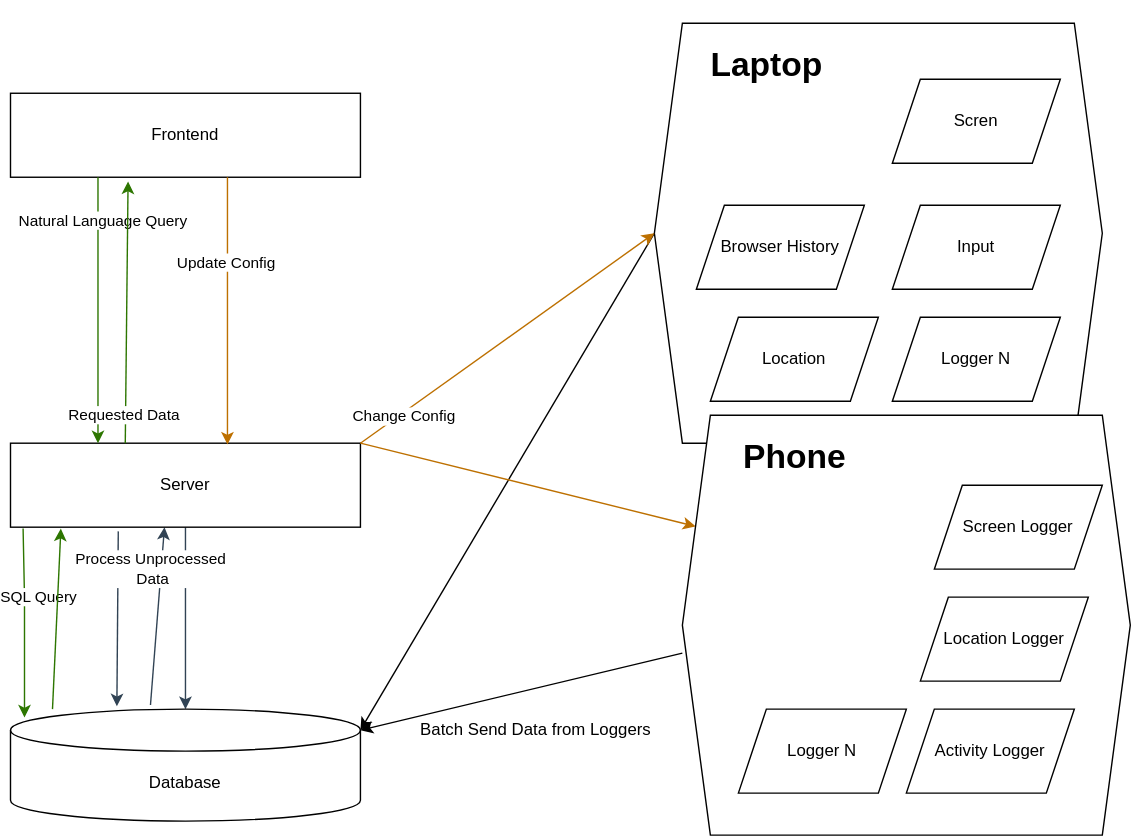
Earlier version of the draw.io export docs/Lifelog.drawio.svg (MattHandzel/lifelog). Source tidied: cells renumbered, new cells last; positions are measured from the earlier drawing's top-left corner, leaving out a move shared by most shapes.
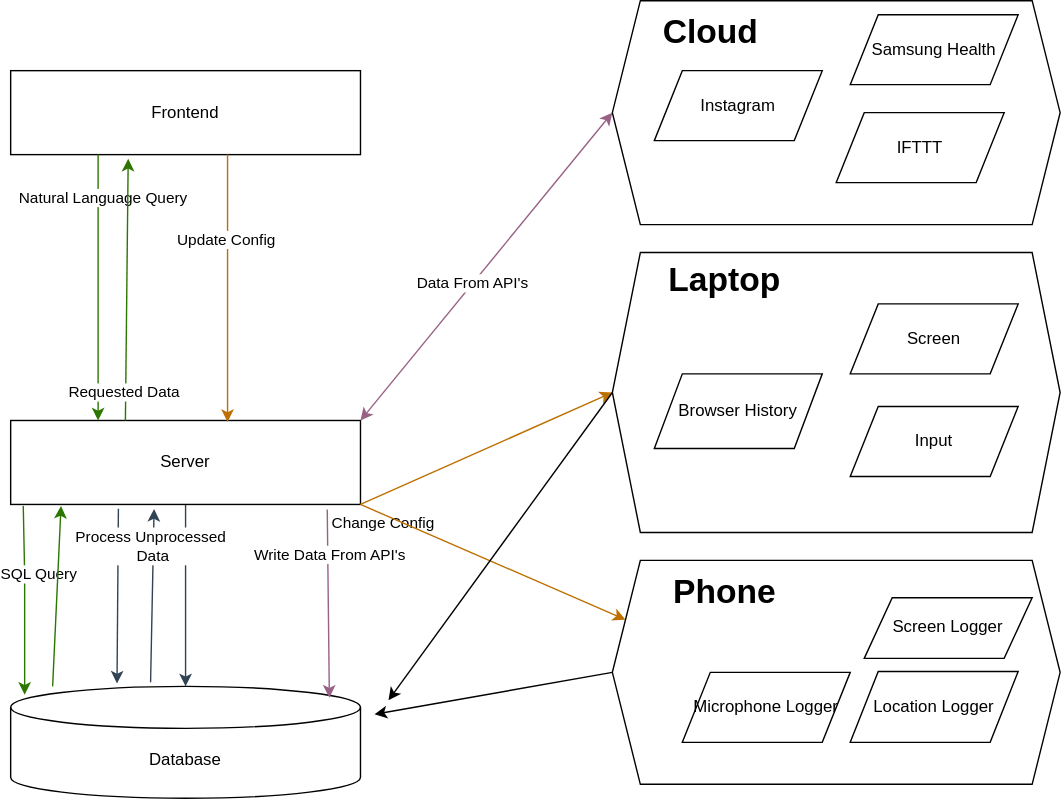
The same diagram one commit later.

What changed in the source:
```diff
@@ -5,48 +5,34 @@
     <mxCell id="2" style="endArrow=classic;html=1;rounded=0;entryX=0.5;entryY=0;entryDx=0;entryDy=0;entryPerimeter=0;exitX=0.5;exitY=1;exitDx=0;exitDy=0;fillColor=#647687;strokeColor=#314354;" parent="1" edge="1" source="15" target="9">
       <mxGeometry relative="1" as="geometry" />
     </mxCell>
-    <mxCell id="3" style="endArrow=classic;html=1;rounded=0;entryX=0.44;entryY=1;entryDx=0;entryDy=0;exitX=0.4;exitY=-0.037;exitDx=0;exitDy=0;exitPerimeter=0;fillColor=#647687;strokeColor=#314354;entryPerimeter=0;" parent="1" edge="1" source="9" target="15">
+    <mxCell id="3" style="endArrow=classic;html=1;rounded=0;entryX=0.41;entryY=1.053;entryDx=0;entryDy=0;exitX=0.4;exitY=-0.037;exitDx=0;exitDy=0;exitPerimeter=0;fillColor=#647687;strokeColor=#314354;entryPerimeter=0;" parent="1" edge="1" source="9" target="15">
       <mxGeometry relative="1" as="geometry" />
     </mxCell>
     <mxCell id="4" style="group;" parent="1" vertex="1">
-      <mxGeometry x="460" width="320" height="300" as="geometry" />
+      <mxGeometry x="430" y="180" width="320" height="200" as="geometry" />
     </mxCell>
     <mxCell id="5" style="shape=hexagon;perimeter=hexagonPerimeter2;whiteSpace=wrap;html=1;fixedSize=1;" parent="4" vertex="1">
-      <mxGeometry width="320" height="300" as="geometry" />
+      <mxGeometry width="320" height="200" as="geometry" />
     </mxCell>
     <mxCell id="6" value="&lt;h4&gt;Laptop&lt;br&gt;&lt;/h4&gt;" style="text;strokeColor=none;fillColor=none;html=1;fontSize=24;fontStyle=1;verticalAlign=middle;align=center;" parent="4" vertex="1">
-      <mxGeometry x="30" y="10" width="100" height="40" as="geometry" />
+      <mxGeometry x="30" y="6.7" width="100" height="26.7" as="geometry" />
     </mxCell>
-    <mxCell id="7" value="Browser History" style="shape=parallelogram;perimeter=parallelogramPerimeter;whiteSpace=wrap;html=1;fixedSize=1;" parent="4" vertex="1">
-      <mxGeometry x="30" y="130" width="120" height="60" as="geometry" />
+    <mxCell id="7" value="Browser History" style="shape=parallelogram;perimeter=parallelogramPerimeter;whiteSpace=wrap;html=1;fixedSize=1;strokeColor=light-dark(#000000,#66CC00);" parent="4" vertex="1">
+      <mxGeometry x="30" y="86.7" width="120" height="53.3" as="geometry" />
     </mxCell>
-    <mxCell id="8" value="Location" style="shape=parallelogram;perimeter=parallelogramPerimeter;whiteSpace=wrap;html=1;fixedSize=1;" parent="4" vertex="1">
-      <mxGeometry x="40" y="210" width="120" height="60" as="geometry" />
-    </mxCell>
+    <mxCell id="11" value="Input" style="shape=parallelogram;perimeter=parallelogramPerimeter;whiteSpace=wrap;html=1;fixedSize=1;strokeColor=light-dark(#000000,#66CC00);" parent="4" vertex="1">
+      <mxGeometry x="170" y="110" width="120" height="50" as="geometry" />
+    </mxCell>
+    <mxCell id="10" value="Screen" style="shape=parallelogram;perimeter=parallelogramPerimeter;whiteSpace=wrap;html=1;fixedSize=1;fillColor=none;strokeColor=light-dark(#000000,#66CC00);" parent="4" vertex="1">
+      <mxGeometry x="170" y="36.7" width="120" height="50" as="geometry" />
+    </mxCell>
     <mxCell id="9" value="Database" style="shape=cylinder3;whiteSpace=wrap;html=1;boundedLbl=1;backgroundOutline=1;size=15;" parent="1" vertex="1">
       <mxGeometry y="490" width="250" height="80" as="geometry" />
     </mxCell>
-    <mxCell id="10" value="Scren " style="shape=parallelogram;perimeter=parallelogramPerimeter;whiteSpace=wrap;html=1;fixedSize=1;" parent="1" vertex="1">
-      <mxGeometry x="630" y="40" width="120" height="60" as="geometry" />
-    </mxCell>
-    <mxCell id="11" value="Input" style="shape=parallelogram;perimeter=parallelogramPerimeter;whiteSpace=wrap;html=1;fixedSize=1;" parent="1" vertex="1">
-      <mxGeometry x="630" y="130" width="120" height="60" as="geometry" />
-    </mxCell>
-    <mxCell id="12" value="Logger N" style="shape=parallelogram;perimeter=parallelogramPerimeter;whiteSpace=wrap;html=1;fixedSize=1;" parent="1" vertex="1">
-      <mxGeometry x="630" y="210" width="120" height="60" as="geometry" />
-    </mxCell>
-    <mxCell id="13" style="endArrow=classic;html=1;rounded=0;entryX=1;entryY=0;entryDx=0;entryDy=15;entryPerimeter=0;" parent="1" edge="1" target="9">
-      <mxGeometry relative="1" as="geometry">
-        <mxPoint x="480" y="450" as="sourcePoint" />
-      </mxGeometry>
-    </mxCell>
-    <mxCell id="14" style="endArrow=classic;html=1;rounded=0;entryX=1;entryY=0;entryDx=0;entryDy=15;entryPerimeter=0;exitX=0;exitY=0.5;exitDx=0;exitDy=0;" parent="1" edge="1" source="5" target="9">
-      <mxGeometry relative="1" as="geometry" />
-    </mxCell>
     <mxCell id="15" value="Server" style="rounded=0;whiteSpace=wrap;html=1;" parent="1" vertex="1">
       <mxGeometry y="300" width="250" height="60" as="geometry" />
     </mxCell>
-    <mxCell id="16" style="endArrow=classic;html=1;rounded=0;entryX=0;entryY=0.5;entryDx=0;entryDy=0;exitX=1;exitY=0;exitDx=0;exitDy=0;fillColor=#f0a30a;strokeColor=#BD7000;" parent="1" edge="1" source="15" target="5">
+    <mxCell id="16" style="endArrow=classic;html=1;rounded=0;entryX=0;entryY=0.5;entryDx=0;entryDy=0;exitX=1;exitY=1;exitDx=0;exitDy=0;fillColor=#f0a30a;strokeColor=#BD7000;" parent="1" edge="1" source="15" target="5">
       <mxGeometry relative="1" as="geometry" />
     </mxCell>
     <mxCell id="17" value="Change Config" style="edgeLabel;html=1;align=center;verticalAlign=middle;" parent="16" vertex="1">
@@ -54,7 +40,7 @@
         <mxPoint x="-68" y="44" as="offset" />
       </mxGeometry>
     </mxCell>
-    <mxCell id="18" style="endArrow=classic;html=1;rounded=0;entryX=0;entryY=0.25;entryDx=0;entryDy=0;exitX=1;exitY=0;exitDx=0;exitDy=0;fillColor=#f0a30a;strokeColor=#BD7000;" parent="1" edge="1" source="15" target="30">
+    <mxCell id="18" style="endArrow=classic;html=1;rounded=0;entryX=0;entryY=0.25;entryDx=0;entryDy=0;exitX=1;exitY=1;exitDx=0;exitDy=0;fillColor=#f0a30a;strokeColor=#BD7000;" parent="1" edge="1" source="15" target="30">
       <mxGeometry relative="1" as="geometry" />
     </mxCell>
     <mxCell id="19" value="Frontend" style="rounded=0;whiteSpace=wrap;html=1;" parent="1" vertex="1">
@@ -97,32 +83,26 @@
         <mxPoint x="36" y="361" as="targetPoint" />
       </mxGeometry>
     </mxCell>
-    <mxCell id="27" value="Batch Send Data from Loggers" style="text;html=1;align=center;verticalAlign=middle;strokeColor=none;fillColor=none;" parent="1" vertex="1">
-      <mxGeometry x="280" y="490" width="190" height="30" as="geometry" />
-    </mxCell>
     <mxCell id="28" style="group;" parent="1" vertex="1">
-      <mxGeometry x="480" y="280" width="320" height="300" as="geometry" />
+      <mxGeometry x="430" y="400" width="320" height="160" as="geometry" />
     </mxCell>
     <mxCell id="29" style="group;" parent="28" vertex="1">
-      <mxGeometry width="320" height="300" as="geometry" />
+      <mxGeometry width="320" height="160" as="geometry" />
     </mxCell>
     <mxCell id="30" style="shape=hexagon;perimeter=hexagonPerimeter2;whiteSpace=wrap;html=1;fixedSize=1;" parent="29" vertex="1">
-      <mxGeometry width="320" height="300" as="geometry" />
+      <mxGeometry width="320" height="160" as="geometry" />
     </mxCell>
     <mxCell id="31" value="Phone" style="text;strokeColor=none;fillColor=none;html=1;fontSize=24;fontStyle=1;verticalAlign=middle;align=center;" parent="29" vertex="1">
-      <mxGeometry x="30" y="10" width="100" height="40" as="geometry" />
+      <mxGeometry x="30" y="5.3" width="100" height="34.7" as="geometry" />
     </mxCell>
-    <mxCell id="32" value="Location Logger" style="shape=parallelogram;perimeter=parallelogramPerimeter;whiteSpace=wrap;html=1;fixedSize=1;" parent="29" vertex="1">
-      <mxGeometry x="170" y="130" width="120" height="60" as="geometry" />
+    <mxCell id="32" value="Location Logger" style="shape=parallelogram;perimeter=parallelogramPerimeter;whiteSpace=wrap;html=1;fixedSize=1;strokeColor=light-dark(#000000,#66CC00);" parent="29" vertex="1">
+      <mxGeometry x="170" y="79.3" width="120" height="50.7" as="geometry" />
     </mxCell>
-    <mxCell id="33" value="Activity Logger" style="shape=parallelogram;perimeter=parallelogramPerimeter;whiteSpace=wrap;html=1;fixedSize=1;" parent="29" vertex="1">
-      <mxGeometry x="160" y="210" width="120" height="60" as="geometry" />
-    </mxCell>
-    <mxCell id="34" value="Logger N" style="shape=parallelogram;perimeter=parallelogramPerimeter;whiteSpace=wrap;html=1;fixedSize=1;" parent="29" vertex="1">
-      <mxGeometry x="40" y="210" width="120" height="60" as="geometry" />
-    </mxCell>
+    <mxCell id="40" value="Microphone Logger" style="shape=parallelogram;perimeter=parallelogramPerimeter;whiteSpace=wrap;html=1;fixedSize=1;strokeColor=light-dark(#000000,#66CC00);" parent="29" vertex="1">
+      <mxGeometry x="50" y="80" width="120" height="50" as="geometry" />
+    </mxCell>
-    <mxCell id="35" value="Screen Logger" style="shape=parallelogram;perimeter=parallelogramPerimeter;whiteSpace=wrap;html=1;fixedSize=1;" parent="28" vertex="1">
-      <mxGeometry x="180" y="50" width="120" height="60" as="geometry" />
+    <mxCell id="35" value="Screen Logger" style="shape=parallelogram;perimeter=parallelogramPerimeter;whiteSpace=wrap;html=1;fixedSize=1;strokeColor=light-dark(#000000,#FF0000);" parent="28" vertex="1">
+      <mxGeometry x="180" y="26.7" width="120" height="43.3" as="geometry" />
     </mxCell>
     <mxCell id="36" style="endArrow=classic;html=1;rounded=0;entryX=0.62;entryY=0.017;entryDx=0;entryDy=0;entryPerimeter=0;exitX=0.62;exitY=1;exitDx=0;exitDy=0;exitPerimeter=0;fillColor=#f0a30a;strokeColor=#BD7000;" parent="1" edge="1" source="19" target="15">
       <mxGeometry relative="1" as="geometry" />
@@ -140,5 +120,47 @@
         <mxPoint x="25" y="-4" as="offset" />
       </mxGeometry>
     </mxCell>
+    <mxCell id="41" style="endArrow=classic;html=1;rounded=0;exitX=0;exitY=0.5;exitDx=0;exitDy=0;" parent="1" edge="1" source="30">
+      <mxGeometry relative="1" as="geometry">
+        <mxPoint x="260" y="510" as="targetPoint" />
+      </mxGeometry>
+    </mxCell>
+    <mxCell id="42" style="endArrow=classic;html=1;rounded=0;exitX=0;exitY=0.5;exitDx=0;exitDy=0;" parent="1" edge="1" source="5">
+      <mxGeometry relative="1" as="geometry">
+        <mxPoint x="270" y="500" as="targetPoint" />
+      </mxGeometry>
+    </mxCell>
+    <mxCell id="43" style="endArrow=classic;startArrow=classic;html=1;rounded=0;entryX=0;entryY=0.5;entryDx=0;entryDy=0;fillColor=#e6d0de;strokeColor=#996185;gradientColor=#d5739d;" parent="1" edge="1" target="48">
+      <mxGeometry relative="1" as="geometry">
+        <mxPoint x="250" y="300" as="sourcePoint" />
+      </mxGeometry>
+    </mxCell>
+    <mxCell id="44" value="Data From API's" style="edgeLabel;html=1;align=center;verticalAlign=middle;" parent="43" vertex="1">
+      <mxGeometry x="-0.11" y="1" relative="1" as="geometry" />
+    </mxCell>
+    <mxCell id="45" style="endArrow=classic;html=1;rounded=0;exitX=0.905;exitY=1.06;exitDx=0;exitDy=0;exitPerimeter=0;entryX=0.911;entryY=0.101;entryDx=0;entryDy=0;entryPerimeter=0;fillColor=#e6d0de;strokeColor=#996185;gradientColor=#d5739d;" parent="1" edge="1" source="15" target="9">
+      <mxGeometry relative="1" as="geometry" />
+    </mxCell>
+    <mxCell id="46" value="&lt;div&gt;Write Data From API's&lt;/div&gt;" style="edgeLabel;html=1;align=center;verticalAlign=middle;" parent="45" vertex="1">
+      <mxGeometry x="-0.52" y="1" relative="1" as="geometry" />
+    </mxCell>
+    <mxCell id="47" style="group;" parent="1" vertex="1">
+      <mxGeometry x="430" width="320" height="160" as="geometry" />
+    </mxCell>
+    <mxCell id="48" style="shape=hexagon;perimeter=hexagonPerimeter2;whiteSpace=wrap;html=1;fixedSize=1;" parent="47" vertex="1">
+      <mxGeometry width="320" height="160" as="geometry" />
+    </mxCell>
+    <mxCell id="49" value="Cloud" style="text;strokeColor=none;fillColor=none;html=1;fontSize=24;fontStyle=1;verticalAlign=middle;align=center;" parent="47" vertex="1">
+      <mxGeometry x="20" y="10" width="100" height="26.7" as="geometry" />
+    </mxCell>
+    <mxCell id="50" value="Instagram" style="shape=parallelogram;perimeter=parallelogramPerimeter;whiteSpace=wrap;html=1;fixedSize=1;fillColor=none;strokeColor=light-dark(#000000,#66CC00);" parent="47" vertex="1">
+      <mxGeometry x="30" y="50" width="120" height="50" as="geometry" />
+    </mxCell>
+    <mxCell id="51" value="Samsung Health" style="shape=parallelogram;perimeter=parallelogramPerimeter;whiteSpace=wrap;html=1;fixedSize=1;fillColor=none;strokeColor=light-dark(#000000,#66CC00);" parent="47" vertex="1">
+      <mxGeometry x="170" y="10" width="120" height="50" as="geometry" />
+    </mxCell>
+    <mxCell id="52" value="IFTTT" style="shape=parallelogram;perimeter=parallelogramPerimeter;whiteSpace=wrap;html=1;fixedSize=1;fillColor=none;strokeColor=light-dark(#000000,#66CC00);" parent="47" vertex="1">
+      <mxGeometry x="160" y="80" width="120" height="50" as="geometry" />
+    </mxCell>
   </root>
 </mxGraphModel>
```
